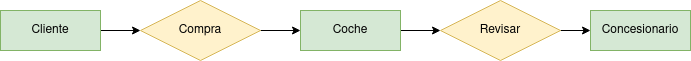
The draw.io diagram Unidad-1/Tareas/Tarea-6/tarea6.drawio.png in jdrguez/2-Daw, before a commit. Source tidied: cells renumbered, new cells last; positions are measured from the earlier drawing's top-left corner, leaving out a move shared by most shapes. Its diagram source:
```xml
<mxGraphModel>
  <root>
    <mxCell id="0" />
    <mxCell id="1" parent="0" />
    <mxCell id="2" style="edgeStyle=orthogonalEdgeStyle;rounded=0;jettySize=auto;html=1;exitX=1;exitY=0.5;exitDx=0;exitDy=0;" parent="1" edge="1" source="3" target="5">
      <mxGeometry relative="1" as="geometry" />
    </mxCell>
    <mxCell id="3" value="Cliente" style="whiteSpace=wrap;html=1;align=center;fillColor=#d5e8d4;strokeColor=#82b366;" parent="1" vertex="1">
      <mxGeometry y="10" width="100" height="40" as="geometry" />
    </mxCell>
    <mxCell id="4" style="edgeStyle=orthogonalEdgeStyle;rounded=0;jettySize=auto;html=1;exitX=1;exitY=0.5;exitDx=0;exitDy=0;entryX=0;entryY=0.5;entryDx=0;entryDy=0;" parent="1" edge="1" source="5" target="7">
      <mxGeometry relative="1" as="geometry" />
    </mxCell>
    <mxCell id="5" value="&lt;div&gt;Compra&lt;/div&gt;" style="shape=rhombus;perimeter=rhombusPerimeter;whiteSpace=wrap;html=1;align=center;fillColor=#fff2cc;strokeColor=#d6b656;" parent="1" vertex="1">
      <mxGeometry x="140" width="120" height="60" as="geometry" />
    </mxCell>
    <mxCell id="6" style="edgeStyle=orthogonalEdgeStyle;rounded=0;jettySize=auto;html=1;exitX=1;exitY=0.5;exitDx=0;exitDy=0;entryX=0;entryY=0.5;entryDx=0;entryDy=0;" parent="1" edge="1" source="7" target="9">
      <mxGeometry relative="1" as="geometry" />
    </mxCell>
    <mxCell id="7" value="Coche" style="whiteSpace=wrap;html=1;align=center;fillColor=#d5e8d4;strokeColor=#82b366;" parent="1" vertex="1">
      <mxGeometry x="300" y="10" width="100" height="40" as="geometry" />
    </mxCell>
    <mxCell id="8" style="edgeStyle=orthogonalEdgeStyle;rounded=0;jettySize=auto;html=1;entryX=0;entryY=0.5;entryDx=0;entryDy=0;" parent="1" edge="1" source="9" target="10">
      <mxGeometry relative="1" as="geometry" />
    </mxCell>
    <mxCell id="9" value="Revisar" style="shape=rhombus;perimeter=rhombusPerimeter;whiteSpace=wrap;html=1;align=center;fillColor=#fff2cc;strokeColor=#d6b656;" parent="1" vertex="1">
      <mxGeometry x="440" width="120" height="60" as="geometry" />
    </mxCell>
    <mxCell id="10" value="Concesionario" style="whiteSpace=wrap;html=1;align=center;fillColor=#d5e8d4;strokeColor=#82b366;" parent="1" vertex="1">
      <mxGeometry x="590" y="10" width="100" height="40" as="geometry" />
    </mxCell>
  </root>
</mxGraphModel>
```
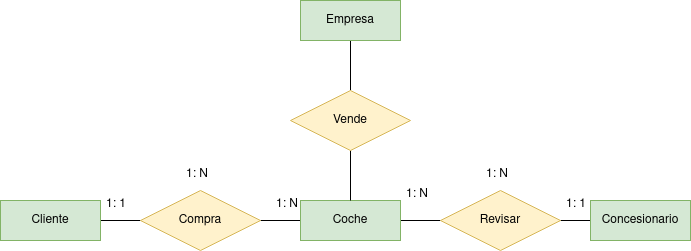
The same file after the commit.

The edit, as a diff of the source:
```diff
@@ -2,25 +2,25 @@
   <root>
     <mxCell id="0" />
     <mxCell id="1" parent="0" />
-    <mxCell id="2" style="edgeStyle=orthogonalEdgeStyle;rounded=0;jettySize=auto;html=1;exitX=1;exitY=0.5;exitDx=0;exitDy=0;" parent="1" edge="1" source="3" target="5">
+    <mxCell id="2" style="edgeStyle=orthogonalEdgeStyle;rounded=0;jettySize=auto;html=1;exitX=1;exitY=0.5;exitDx=0;exitDy=0;endArrow=none;endFill=0;" parent="1" edge="1" source="3" target="5">
       <mxGeometry relative="1" as="geometry" />
     </mxCell>
     <mxCell id="3" value="Cliente" style="whiteSpace=wrap;html=1;align=center;fillColor=#d5e8d4;strokeColor=#82b366;" parent="1" vertex="1">
       <mxGeometry y="10" width="100" height="40" as="geometry" />
     </mxCell>
-    <mxCell id="4" style="edgeStyle=orthogonalEdgeStyle;rounded=0;jettySize=auto;html=1;exitX=1;exitY=0.5;exitDx=0;exitDy=0;entryX=0;entryY=0.5;entryDx=0;entryDy=0;" parent="1" edge="1" source="5" target="7">
+    <mxCell id="4" style="edgeStyle=orthogonalEdgeStyle;rounded=0;jettySize=auto;html=1;exitX=1;exitY=0.5;exitDx=0;exitDy=0;entryX=0;entryY=0.5;entryDx=0;entryDy=0;endArrow=none;endFill=0;" parent="1" edge="1" source="5" target="7">
       <mxGeometry relative="1" as="geometry" />
     </mxCell>
     <mxCell id="5" value="&lt;div&gt;Compra&lt;/div&gt;" style="shape=rhombus;perimeter=rhombusPerimeter;whiteSpace=wrap;html=1;align=center;fillColor=#fff2cc;strokeColor=#d6b656;" parent="1" vertex="1">
       <mxGeometry x="140" width="120" height="60" as="geometry" />
     </mxCell>
-    <mxCell id="6" style="edgeStyle=orthogonalEdgeStyle;rounded=0;jettySize=auto;html=1;exitX=1;exitY=0.5;exitDx=0;exitDy=0;entryX=0;entryY=0.5;entryDx=0;entryDy=0;" parent="1" edge="1" source="7" target="9">
+    <mxCell id="6" style="edgeStyle=orthogonalEdgeStyle;rounded=0;jettySize=auto;html=1;exitX=1;exitY=0.5;exitDx=0;exitDy=0;entryX=0;entryY=0.5;entryDx=0;entryDy=0;endArrow=none;endFill=0;" parent="1" edge="1" source="7" target="9">
       <mxGeometry relative="1" as="geometry" />
     </mxCell>
     <mxCell id="7" value="Coche" style="whiteSpace=wrap;html=1;align=center;fillColor=#d5e8d4;strokeColor=#82b366;" parent="1" vertex="1">
       <mxGeometry x="300" y="10" width="100" height="40" as="geometry" />
     </mxCell>
-    <mxCell id="8" style="edgeStyle=orthogonalEdgeStyle;rounded=0;jettySize=auto;html=1;entryX=0;entryY=0.5;entryDx=0;entryDy=0;" parent="1" edge="1" source="9" target="10">
+    <mxCell id="8" style="edgeStyle=orthogonalEdgeStyle;rounded=0;jettySize=auto;html=1;entryX=0;entryY=0.5;entryDx=0;entryDy=0;endArrow=none;endFill=0;" parent="1" edge="1" source="9" target="10">
       <mxGeometry relative="1" as="geometry" />
     </mxCell>
     <mxCell id="9" value="Revisar" style="shape=rhombus;perimeter=rhombusPerimeter;whiteSpace=wrap;html=1;align=center;fillColor=#fff2cc;strokeColor=#d6b656;" parent="1" vertex="1">
@@ -29,5 +29,35 @@
     <mxCell id="10" value="Concesionario" style="whiteSpace=wrap;html=1;align=center;fillColor=#d5e8d4;strokeColor=#82b366;" parent="1" vertex="1">
       <mxGeometry x="590" y="10" width="100" height="40" as="geometry" />
     </mxCell>
+    <mxCell id="11" style="edgeStyle=orthogonalEdgeStyle;rounded=0;jettySize=auto;html=1;exitX=0.5;exitY=1;exitDx=0;exitDy=0;entryX=0.5;entryY=0;entryDx=0;entryDy=0;endArrow=none;endFill=0;" parent="1" edge="1" source="12" target="14">
+      <mxGeometry relative="1" as="geometry" />
+    </mxCell>
+    <mxCell id="12" value="Empresa" style="whiteSpace=wrap;html=1;align=center;fillColor=#d5e8d4;strokeColor=#82b366;" parent="1" vertex="1">
+      <mxGeometry x="300" y="-190" width="100" height="40" as="geometry" />
+    </mxCell>
+    <mxCell id="13" style="edgeStyle=orthogonalEdgeStyle;rounded=0;jettySize=auto;html=1;exitX=0.5;exitY=1;exitDx=0;exitDy=0;entryX=0.5;entryY=0;entryDx=0;entryDy=0;endArrow=none;endFill=0;" parent="1" edge="1" source="14" target="7">
+      <mxGeometry relative="1" as="geometry" />
+    </mxCell>
+    <mxCell id="14" value="&lt;div&gt;Vende&lt;/div&gt;" style="shape=rhombus;perimeter=rhombusPerimeter;whiteSpace=wrap;html=1;align=center;fillColor=#fff2cc;strokeColor=#d6b656;" parent="1" vertex="1">
+      <mxGeometry x="290" y="-100" width="120" height="60" as="geometry" />
+    </mxCell>
+    <mxCell id="15" value="1: N" style="text;strokeColor=none;fillColor=none;spacingLeft=4;spacingRight=4;overflow=hidden;fontSize=12;whiteSpace=wrap;html=1;" parent="1" vertex="1">
+      <mxGeometry x="270" width="40" height="30" as="geometry" />
+    </mxCell>
+    <mxCell id="16" value="1: 1" style="text;strokeColor=none;fillColor=none;spacingLeft=4;spacingRight=4;overflow=hidden;fontSize=12;whiteSpace=wrap;html=1;" parent="1" vertex="1">
+      <mxGeometry x="100" width="40" height="30" as="geometry" />
+    </mxCell>
+    <mxCell id="17" value="1: N" style="text;strokeColor=none;fillColor=none;spacingLeft=4;spacingRight=4;overflow=hidden;fontSize=12;whiteSpace=wrap;html=1;" parent="1" vertex="1">
+      <mxGeometry x="180" y="-30" width="40" height="30" as="geometry" />
+    </mxCell>
+    <mxCell id="18" value="1: 1" style="text;strokeColor=none;fillColor=none;spacingLeft=4;spacingRight=4;overflow=hidden;fontSize=12;whiteSpace=wrap;html=1;" parent="1" vertex="1">
+      <mxGeometry x="560" width="40" height="30" as="geometry" />
+    </mxCell>
+    <mxCell id="19" value="1: N" style="text;strokeColor=none;fillColor=none;spacingLeft=4;spacingRight=4;overflow=hidden;fontSize=12;whiteSpace=wrap;html=1;" parent="1" vertex="1">
+      <mxGeometry x="400" y="-10" width="40" height="30" as="geometry" />
+    </mxCell>
+    <mxCell id="20" value="1: N" style="text;strokeColor=none;fillColor=none;spacingLeft=4;spacingRight=4;overflow=hidden;fontSize=12;whiteSpace=wrap;html=1;" parent="1" vertex="1">
+      <mxGeometry x="480" y="-30" width="40" height="30" as="geometry" />
+    </mxCell>
   </root>
 </mxGraphModel>
```
